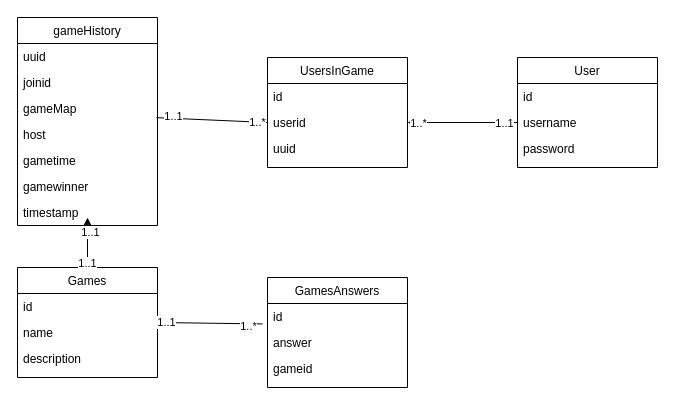
Before: server/db/db.drawio in JacobTheisen/TopicDuel, a draw.io diagram. Source tidied: cells renumbered, new cells numbered last; positions are measured from the earlier drawing's top-left corner, leaving out a move shared by most shapes. Both pictures are drawn from the tidied source at 100%, with x=0, y=0 at pixel (17, 17).
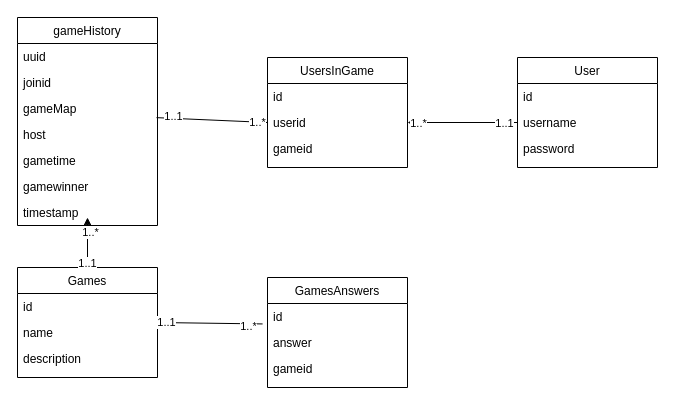
Above is the later version.

Unchanged cells that the change refers to:
```xml
<mxCell id="10" value="UsersInGame" style="swimlane;fontStyle=0;align=center;verticalAlign=top;horizontal=1;startSize=26;rounded=0;shadow=0;strokeWidth=1;" parent="1" vertex="1">
  <mxGeometry x="250" y="40" width="140" height="110" as="geometry" />
</mxCell>
<mxCell id="32" value="1..1" style="endArrow=none;html=1;exitX=0.5;exitY=1;exitDx=0;exitDy=0;" parent="1" edge="1" source="2">
  <mxGeometry x="0.82" relative="1" as="geometry">
    <mxPoint x="70" y="250" as="targetPoint" />
  </mxGeometry>
</mxCell>
```

Change to the diagram source:
```diff
@@
-    <mxCell id="13" value="uuid" style="text;align=left;verticalAlign=top;spacingLeft=4;spacingRight=4;overflow=hidden;rounded=0;shadow=0;html=0;" parent="10" vertex="1">
+    <mxCell id="13" value="gameid" style="text;align=left;verticalAlign=top;spacingLeft=4;spacingRight=4;overflow=hidden;rounded=0;shadow=0;html=0;" parent="10" vertex="1">
       <mxGeometry y="78" width="140" height="26" as="geometry" />
     </mxCell>
@@
-    <mxCell id="33" value="1..1" style="edgeLabel;html=1;align=center;verticalAlign=middle;" parent="32" vertex="1">
+    <mxCell id="33" value="1..*" style="edgeLabel;html=1;align=center;verticalAlign=middle;" parent="32" vertex="1">
       <mxGeometry x="-0.72" y="2" relative="1" as="geometry" />
     </mxCell>
```
